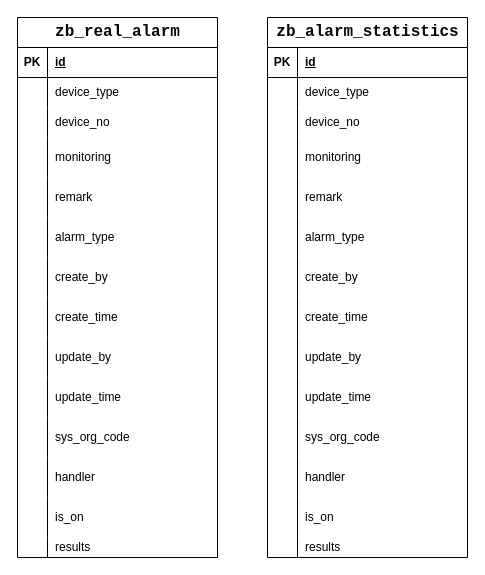
Above: 未命名绘图.drawio in zhangchao8818/githubtest (draw.io), before the change. Source tidied: cells renumbered, new cells numbered last; positions are measured from the earlier drawing's top-left corner, leaving out a move shared by most shapes. Both pictures are drawn from the tidied source at 100%, with x=0, y=0 at pixel (17, 17).
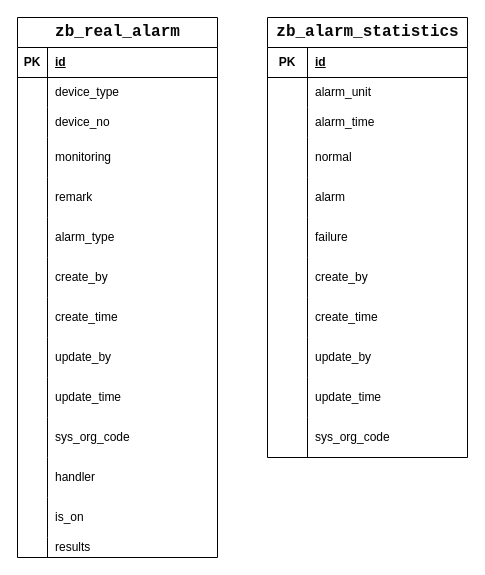
Above is the later version.

Commit message:
更新未命名绘图.drawio

Unchanged cells that the change refers to:
```xml
<mxCell id="46" style="shape=tableRow;horizontal=0;startSize=0;swimlaneHead=0;swimlaneBody=0;fillColor=none;top=0;left=0;right=0;bottom=1;" parent="45" vertex="1">
  <mxGeometry y="30" width="200" height="30" as="geometry" />
</mxCell>
<mxCell id="49" style="shape=tableRow;horizontal=0;startSize=0;swimlaneHead=0;swimlaneBody=0;fillColor=none;top=0;left=0;right=0;bottom=0;" parent="45" vertex="1">
  <mxGeometry y="60" width="200" height="30" as="geometry" />
</mxCell>
<mxCell id="52" style="shape=tableRow;horizontal=0;startSize=0;swimlaneHead=0;swimlaneBody=0;fillColor=none;top=0;left=0;right=0;bottom=0;" parent="45" vertex="1">
  <mxGeometry y="90" width="200" height="30" as="geometry" />
</mxCell>
<mxCell id="55" style="shape=tableRow;horizontal=0;startSize=0;swimlaneHead=0;swimlaneBody=0;fillColor=none;top=0;left=0;right=0;bottom=0;" parent="45" vertex="1">
  <mxGeometry y="120" width="200" height="40" as="geometry" />
</mxCell>
<mxCell id="58" style="shape=tableRow;horizontal=0;startSize=0;swimlaneHead=0;swimlaneBody=0;fillColor=none;top=0;left=0;right=0;bottom=0;" parent="45" vertex="1">
  <mxGeometry y="160" width="200" height="40" as="geometry" />
</mxCell>
<mxCell id="61" style="shape=tableRow;horizontal=0;startSize=0;swimlaneHead=0;swimlaneBody=0;fillColor=none;top=0;left=0;right=0;bottom=0;" parent="45" vertex="1">
  <mxGeometry y="200" width="200" height="40" as="geometry" />
</mxCell>
<mxCell id="64" style="shape=tableRow;horizontal=0;startSize=0;swimlaneHead=0;swimlaneBody=0;fillColor=none;top=0;left=0;right=0;bottom=0;" parent="45" vertex="1">
  <mxGeometry y="240" width="200" height="40" as="geometry" />
</mxCell>
<mxCell id="67" style="shape=tableRow;horizontal=0;startSize=0;swimlaneHead=0;swimlaneBody=0;fillColor=none;top=0;left=0;right=0;bottom=0;" parent="45" vertex="1">
  <mxGeometry y="280" width="200" height="40" as="geometry" />
</mxCell>
<mxCell id="70" style="shape=tableRow;horizontal=0;startSize=0;swimlaneHead=0;swimlaneBody=0;fillColor=none;top=0;left=0;right=0;bottom=0;" parent="45" vertex="1">
  <mxGeometry y="320" width="200" height="40" as="geometry" />
</mxCell>
<mxCell id="73" style="shape=tableRow;horizontal=0;startSize=0;swimlaneHead=0;swimlaneBody=0;fillColor=none;top=0;left=0;right=0;bottom=0;" parent="45" vertex="1">
  <mxGeometry y="360" width="200" height="40" as="geometry" />
</mxCell>
<mxCell id="76" style="shape=tableRow;horizontal=0;startSize=0;swimlaneHead=0;swimlaneBody=0;fillColor=none;top=0;left=0;right=0;bottom=0;" parent="45" vertex="1">
  <mxGeometry y="400" width="200" height="40" as="geometry" />
</mxCell>
```

What changed in the source:
```diff
@@
     <mxCell id="45" value="&lt;div style=&quot;background-color: rgb(255, 255, 255); color: rgb(8, 8, 8); font-family: &amp;quot;JetBrains Mono&amp;quot;, monospace; font-size: 12pt;&quot;&gt;zb_alarm_statistics&lt;/div&gt;" style="shape=table;startSize=30;childLayout=tableLayout;rowLines=0;fontStyle=1;align=center;html=1;" parent="1" vertex="1">
-      <mxGeometry x="250" width="200" height="540" as="geometry" />
+      <mxGeometry x="250" width="200" height="440" as="geometry" />
     </mxCell>
@@
     <mxCell id="47" value="PK" style="shape=partialRectangle;fillColor=none;top=0;left=0;bottom=0;right=0;fontStyle=1;overflow=hidden;whiteSpace=wrap;html=1;" parent="46" vertex="1">
-      <mxGeometry width="30" height="30" as="geometry" />
+      <mxGeometry width="40" height="30" as="geometry" />
     </mxCell>
     <mxCell id="48" value="id" style="shape=partialRectangle;fillColor=none;top=0;left=0;bottom=0;right=0;align=left;spacingLeft=6;fontStyle=5;overflow=hidden;whiteSpace=wrap;html=1;" parent="46" vertex="1">
-      <mxGeometry x="30" width="170" height="30" as="geometry" />
+      <mxGeometry x="40" width="160" height="30" as="geometry" />
     </mxCell>
@@
     <mxCell id="50" style="shape=partialRectangle;fillColor=none;top=0;left=0;bottom=0;right=0;overflow=hidden;whiteSpace=wrap;html=1;" parent="49" vertex="1">
-      <mxGeometry width="30" height="30" as="geometry" />
+      <mxGeometry width="40" height="30" as="geometry" />
     </mxCell>
-    <mxCell id="51" value="device_type" style="shape=partialRectangle;fillColor=none;top=0;left=0;bottom=0;right=0;align=left;spacingLeft=6;overflow=hidden;whiteSpace=wrap;html=1;" parent="49" vertex="1">
-      <mxGeometry x="30" width="170" height="30" as="geometry" />
+    <mxCell id="51" value="alarm_unit" style="shape=partialRectangle;fillColor=none;top=0;left=0;bottom=0;right=0;align=left;spacingLeft=6;overflow=hidden;whiteSpace=wrap;html=1;" parent="49" vertex="1">
+      <mxGeometry x="40" width="160" height="30" as="geometry" />
     </mxCell>
@@
     <mxCell id="53" style="shape=partialRectangle;fillColor=none;top=0;left=0;bottom=0;right=0;overflow=hidden;whiteSpace=wrap;html=1;" parent="52" vertex="1">
-      <mxGeometry width="30" height="30" as="geometry" />
+      <mxGeometry width="40" height="30" as="geometry" />
     </mxCell>
-    <mxCell id="54" value="device_no" style="shape=partialRectangle;fillColor=none;top=0;left=0;bottom=0;right=0;align=left;spacingLeft=6;overflow=hidden;whiteSpace=wrap;html=1;" parent="52" vertex="1">
-      <mxGeometry x="30" width="170" height="30" as="geometry" />
+    <mxCell id="54" value="alarm_time" style="shape=partialRectangle;fillColor=none;top=0;left=0;bottom=0;right=0;align=left;spacingLeft=6;overflow=hidden;whiteSpace=wrap;html=1;" parent="52" vertex="1">
+      <mxGeometry x="40" width="160" height="30" as="geometry" />
     </mxCell>
@@
     <mxCell id="56" style="shape=partialRectangle;fillColor=none;top=0;left=0;bottom=0;right=0;overflow=hidden;whiteSpace=wrap;html=1;" parent="55" vertex="1">
-      <mxGeometry width="30" height="40" as="geometry" />
+      <mxGeometry width="40" height="40" as="geometry" />
     </mxCell>
-    <mxCell id="57" value="monitoring" style="shape=partialRectangle;fillColor=none;top=0;left=0;bottom=0;right=0;align=left;spacingLeft=6;overflow=hidden;whiteSpace=wrap;html=1;" parent="55" vertex="1">
-      <mxGeometry x="30" width="170" height="40" as="geometry" />
+    <mxCell id="57" value="normal" style="shape=partialRectangle;fillColor=none;top=0;left=0;bottom=0;right=0;align=left;spacingLeft=6;overflow=hidden;whiteSpace=wrap;html=1;" parent="55" vertex="1">
+      <mxGeometry x="40" width="160" height="40" as="geometry" />
     </mxCell>
@@
     <mxCell id="59" style="shape=partialRectangle;fillColor=none;top=0;left=0;bottom=0;right=0;overflow=hidden;whiteSpace=wrap;html=1;" parent="58" vertex="1">
-      <mxGeometry width="30" height="40" as="geometry" />
+      <mxGeometry width="40" height="40" as="geometry" />
     </mxCell>
-    <mxCell id="60" value="remark" style="shape=partialRectangle;fillColor=none;top=0;left=0;bottom=0;right=0;align=left;spacingLeft=6;overflow=hidden;whiteSpace=wrap;html=1;" parent="58" vertex="1">
-      <mxGeometry x="30" width="170" height="40" as="geometry" />
+    <mxCell id="60" value="alarm" style="shape=partialRectangle;fillColor=none;top=0;left=0;bottom=0;right=0;align=left;spacingLeft=6;overflow=hidden;whiteSpace=wrap;html=1;" parent="58" vertex="1">
+      <mxGeometry x="40" width="160" height="40" as="geometry" />
     </mxCell>
@@
     <mxCell id="62" style="shape=partialRectangle;fillColor=none;top=0;left=0;bottom=0;right=0;overflow=hidden;whiteSpace=wrap;html=1;" parent="61" vertex="1">
-      <mxGeometry width="30" height="40" as="geometry" />
+      <mxGeometry width="40" height="40" as="geometry" />
     </mxCell>
-    <mxCell id="63" value="alarm_type" style="shape=partialRectangle;fillColor=none;top=0;left=0;bottom=0;right=0;align=left;spacingLeft=6;overflow=hidden;whiteSpace=wrap;html=1;" parent="61" vertex="1">
-      <mxGeometry x="30" width="170" height="40" as="geometry" />
+    <mxCell id="63" value="failure" style="shape=partialRectangle;fillColor=none;top=0;left=0;bottom=0;right=0;align=left;spacingLeft=6;overflow=hidden;whiteSpace=wrap;html=1;" parent="61" vertex="1">
+      <mxGeometry x="40" width="160" height="40" as="geometry" />
     </mxCell>
@@
     <mxCell id="65" style="shape=partialRectangle;fillColor=none;top=0;left=0;bottom=0;right=0;overflow=hidden;whiteSpace=wrap;html=1;" parent="64" vertex="1">
-      <mxGeometry width="30" height="40" as="geometry" />
+      <mxGeometry width="40" height="40" as="geometry" />
     </mxCell>
     <mxCell id="66" value="create_by" style="shape=partialRectangle;fillColor=none;top=0;left=0;bottom=0;right=0;align=left;spacingLeft=6;overflow=hidden;whiteSpace=wrap;html=1;" parent="64" vertex="1">
-      <mxGeometry x="30" width="170" height="40" as="geometry" />
+      <mxGeometry x="40" width="160" height="40" as="geometry" />
     </mxCell>
@@
     <mxCell id="68" style="shape=partialRectangle;fillColor=none;top=0;left=0;bottom=0;right=0;overflow=hidden;whiteSpace=wrap;html=1;" parent="67" vertex="1">
-      <mxGeometry width="30" height="40" as="geometry" />
+      <mxGeometry width="40" height="40" as="geometry" />
     </mxCell>
     <mxCell id="69" value="create_time" style="shape=partialRectangle;fillColor=none;top=0;left=0;bottom=0;right=0;align=left;spacingLeft=6;overflow=hidden;whiteSpace=wrap;html=1;" parent="67" vertex="1">
-      <mxGeometry x="30" width="170" height="40" as="geometry" />
+      <mxGeometry x="40" width="160" height="40" as="geometry" />
     </mxCell>
@@
     <mxCell id="71" style="shape=partialRectangle;fillColor=none;top=0;left=0;bottom=0;right=0;overflow=hidden;whiteSpace=wrap;html=1;" parent="70" vertex="1">
-      <mxGeometry width="30" height="40" as="geometry" />
+      <mxGeometry width="40" height="40" as="geometry" />
     </mxCell>
     <mxCell id="72" value="update_by" style="shape=partialRectangle;fillColor=none;top=0;left=0;bottom=0;right=0;align=left;spacingLeft=6;overflow=hidden;whiteSpace=wrap;html=1;" parent="70" vertex="1">
-      <mxGeometry x="30" width="170" height="40" as="geometry" />
+      <mxGeometry x="40" width="160" height="40" as="geometry" />
     </mxCell>
@@
     <mxCell id="74" style="shape=partialRectangle;fillColor=none;top=0;left=0;bottom=0;right=0;overflow=hidden;whiteSpace=wrap;html=1;" parent="73" vertex="1">
-      <mxGeometry width="30" height="40" as="geometry" />
+      <mxGeometry width="40" height="40" as="geometry" />
     </mxCell>
     <mxCell id="75" value="update_time" style="shape=partialRectangle;fillColor=none;top=0;left=0;bottom=0;right=0;align=left;spacingLeft=6;overflow=hidden;whiteSpace=wrap;html=1;" parent="73" vertex="1">
-      <mxGeometry x="30" width="170" height="40" as="geometry" />
+      <mxGeometry x="40" width="160" height="40" as="geometry" />
     </mxCell>
@@
     <mxCell id="77" style="shape=partialRectangle;fillColor=none;top=0;left=0;bottom=0;right=0;overflow=hidden;whiteSpace=wrap;html=1;" parent="76" vertex="1">
-      <mxGeometry width="30" height="40" as="geometry" />
+      <mxGeometry width="40" height="40" as="geometry" />
     </mxCell>
     <mxCell id="78" value="sys_org_code" style="shape=partialRectangle;fillColor=none;top=0;left=0;bottom=0;right=0;align=left;spacingLeft=6;overflow=hidden;whiteSpace=wrap;html=1;" parent="76" vertex="1">
-      <mxGeometry x="30" width="170" height="40" as="geometry" />
+      <mxGeometry x="40" width="160" height="40" as="geometry" />
     </mxCell>
-    <mxCell id="79" style="shape=tableRow;horizontal=0;startSize=0;swimlaneHead=0;swimlaneBody=0;fillColor=none;top=0;left=0;right=0;bottom=0;" parent="45" vertex="1">
-      <mxGeometry y="440" width="200" height="40" as="geometry" />
-    </mxCell>
-    <mxCell id="80" style="shape=partialRectangle;fillColor=none;top=0;left=0;bottom=0;right=0;overflow=hidden;whiteSpace=wrap;html=1;" parent="79" vertex="1">
-      <mxGeometry width="30" height="40" as="geometry" />
-    </mxCell>
-    <mxCell id="81" value="handler" style="shape=partialRectangle;fillColor=none;top=0;left=0;bottom=0;right=0;align=left;spacingLeft=6;overflow=hidden;whiteSpace=wrap;html=1;" parent="79" vertex="1">
-      <mxGeometry x="30" width="170" height="40" as="geometry" />
-    </mxCell>
-    <mxCell id="82" style="shape=tableRow;horizontal=0;startSize=0;swimlaneHead=0;swimlaneBody=0;fillColor=none;top=0;left=0;right=0;bottom=0;" parent="45" vertex="1">
-      <mxGeometry y="480" width="200" height="40" as="geometry" />
-    </mxCell>
-    <mxCell id="83" style="shape=partialRectangle;fillColor=none;top=0;left=0;bottom=0;right=0;overflow=hidden;whiteSpace=wrap;html=1;" parent="82" vertex="1">
-      <mxGeometry width="30" height="40" as="geometry" />
-    </mxCell>
-    <mxCell id="84" value="is_on" style="shape=partialRectangle;fillColor=none;top=0;left=0;bottom=0;right=0;align=left;spacingLeft=6;overflow=hidden;whiteSpace=wrap;html=1;" parent="82" vertex="1">
-      <mxGeometry x="30" width="170" height="40" as="geometry" />
-    </mxCell>
-    <mxCell id="85" style="shape=tableRow;horizontal=0;startSize=0;swimlaneHead=0;swimlaneBody=0;fillColor=none;top=0;left=0;right=0;bottom=0;" parent="45" vertex="1">
-      <mxGeometry y="520" width="200" height="20" as="geometry" />
-    </mxCell>
-    <mxCell id="86" style="shape=partialRectangle;fillColor=none;top=0;left=0;bottom=0;right=0;overflow=hidden;whiteSpace=wrap;html=1;" parent="85" vertex="1">
-      <mxGeometry width="30" height="20" as="geometry" />
-    </mxCell>
-    <mxCell id="87" value="results" style="shape=partialRectangle;fillColor=none;top=0;left=0;bottom=0;right=0;align=left;spacingLeft=6;overflow=hidden;whiteSpace=wrap;html=1;" parent="85" vertex="1">
-      <mxGeometry x="30" width="170" height="20" as="geometry" />
-    </mxCell>
```
